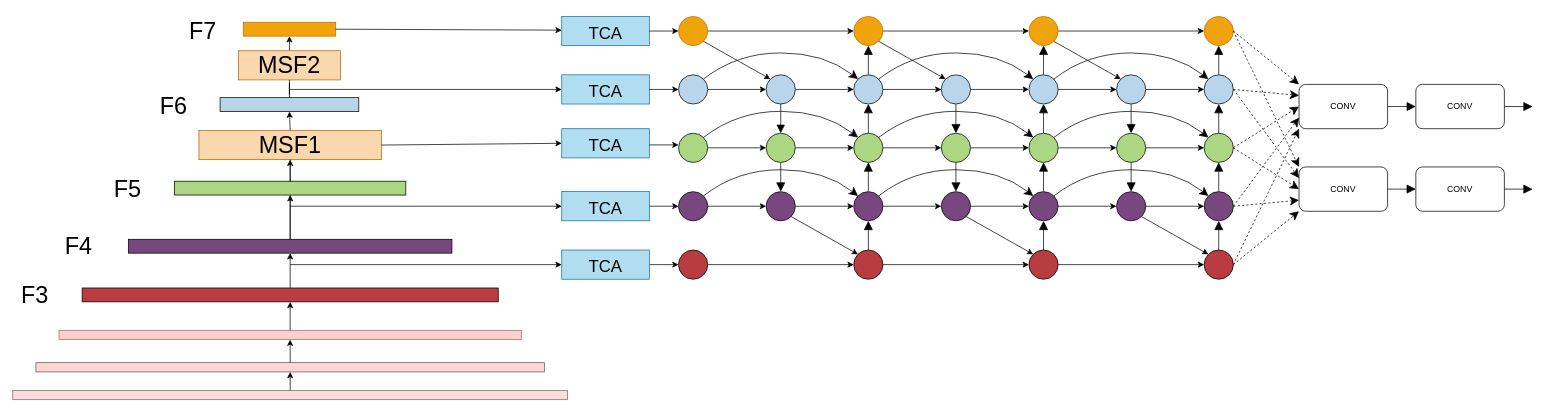
Before: cracks.drawio in Dshdarkness/Timporal_is_all_U_need, a draw.io diagram. Source tidied: cells renumbered, new cells numbered last; positions are measured from the earlier drawing's top-left corner, leaving out a move shared by most shapes. Both pictures are drawn from the tidied source at 73%, with x=0, y=0 at pixel (12, 12).
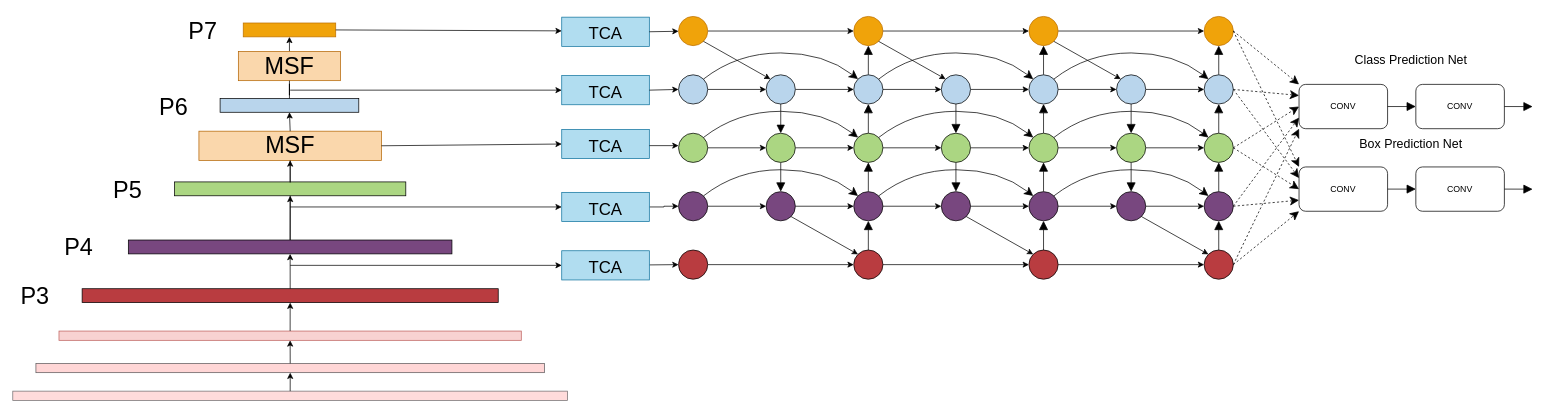
The same page after the edit.

The change refers to these unchanged cells:
```xml
<mxCell id="3" style="ellipse;whiteSpace=wrap;html=1;fillColor=#f0a30a;fontColor=#000000;strokeColor=#BD7000;" parent="1" vertex="1">
  <mxGeometry x="912" y="5" width="40" height="40" as="geometry" />
</mxCell>
```

Diff of the diagram source:
```diff
@@
     <mxCell id="73" style="rounded=0;whiteSpace=wrap;html=1;fillColor=#ffcccc;strokeColor=#36393d;opacity=70;" parent="1" vertex="1">
-      <mxGeometry y="517.3" width="760" height="12.7" as="geometry" />
+      <mxGeometry y="518.3" width="760" height="12.7" as="geometry" />
     </mxCell>
     <mxCell id="74" style="rounded=0;whiteSpace=wrap;html=1;fillColor=#ffcccc;strokeColor=#36393d;opacity=80;" parent="1" vertex="1">
-      <mxGeometry x="31.7" y="479.3" width="696.7" height="12.7" as="geometry" />
+      <mxGeometry x="31.7" y="480.3" width="696.7" height="12.7" as="geometry" />
     </mxCell>
@@
     <mxCell id="76" style="rounded=0;whiteSpace=wrap;html=1;fillColor=#f8cecc;strokeColor=#b85450;opacity=90;" parent="1" vertex="1">
-      <mxGeometry x="63.3" y="435" width="633.3" height="12.7" as="geometry" />
+      <mxGeometry x="63.3" y="436" width="633.3" height="12.7" as="geometry" />
     </mxCell>
@@
     <mxCell id="78" style="rounded=0;whiteSpace=wrap;html=1;fillColor=#B93C40;" parent="1" vertex="1">
-      <mxGeometry x="95" y="377" width="570" height="19" as="geometry" />
+      <mxGeometry x="95" y="378" width="570" height="19" as="geometry" />
     </mxCell>
@@
     <mxCell id="81" style="rounded=0;whiteSpace=wrap;html=1;fillColor=#78477F;" parent="1" vertex="1">
-      <mxGeometry x="158.3" y="310.3" width="443.3" height="19" as="geometry" />
+      <mxGeometry x="158.3" y="311.3" width="443.3" height="19" as="geometry" />
     </mxCell>
@@
     <mxCell id="83" style="rounded=0;whiteSpace=wrap;html=1;fillColor=#ABD682;" parent="1" vertex="1">
-      <mxGeometry x="221.7" y="230.7" width="316.7" height="19" as="geometry" />
+      <mxGeometry x="221.7" y="231.7" width="316.7" height="19" as="geometry" />
     </mxCell>
@@
     <mxCell id="86" style="rounded=0;whiteSpace=wrap;html=1;fillColor=#B9D5EC;" parent="1" vertex="1">
-      <mxGeometry x="284" y="116.3" width="190" height="19" as="geometry" />
+      <mxGeometry x="284" y="117.3" width="190" height="19" as="geometry" />
     </mxCell>
     <mxCell id="87" style="rounded=0;whiteSpace=wrap;html=1;fillColor=#f0a30a;fontColor=#000000;strokeColor=#BD7000;" parent="1" vertex="1">
-      <mxGeometry x="315.7" y="13" width="126.7" height="19" as="geometry" />
+      <mxGeometry x="315.7" y="14" width="126.7" height="19" as="geometry" />
     </mxCell>
@@
     <mxCell id="122" value="&lt;font color=&quot;#000000&quot; style=&quot;font-size: 23px;&quot;&gt;TCA&lt;/font&gt;" style="rounded=0;whiteSpace=wrap;html=1;fontSize=32;fillColor=#b1ddf0;strokeColor=#10739e;" parent="1" vertex="1">
-      <mxGeometry x="752" y="5" width="120" height="40" as="geometry" />
+      <mxGeometry x="752" y="6" width="120" height="40" as="geometry" />
     </mxCell>
     <mxCell id="123" style="endArrow=classic;html=1;rounded=0;fontSize=23;exitX=1;exitY=0.5;exitDx=0;exitDy=0;" parent="1" edge="1" source="122" target="3">
       <mxGeometry relative="1" as="geometry">
         <Array as="points">
-          <mxPoint x="872" y="25" />
+          <mxPoint x="872" y="26" />
         </Array>
       </mxGeometry>
     </mxCell>
     <mxCell id="124" value="&lt;font color=&quot;#000000&quot; style=&quot;font-size: 23px;&quot;&gt;TCA&lt;/font&gt;" style="rounded=0;whiteSpace=wrap;html=1;fontSize=32;fillColor=#b1ddf0;strokeColor=#10739e;" parent="1" vertex="1">
-      <mxGeometry x="752" y="85" width="120" height="40" as="geometry" />
+      <mxGeometry x="752" y="86" width="120" height="40" as="geometry" />
     </mxCell>
@@
     <mxCell id="126" value="&lt;font color=&quot;#000000&quot; style=&quot;font-size: 23px;&quot;&gt;TCA&lt;/font&gt;" style="rounded=0;whiteSpace=wrap;html=1;fontSize=32;fillColor=#b1ddf0;strokeColor=#10739e;" parent="1" vertex="1">
-      <mxGeometry x="752" y="158.8" width="120" height="40" as="geometry" />
+      <mxGeometry x="752" y="159.8" width="120" height="40" as="geometry" />
     </mxCell>
     <mxCell id="127" style="endArrow=classic;html=1;rounded=0;fontSize=23;fontColor=#000000;" parent="1" edge="1">
       <mxGeometry relative="1" as="geometry">
-        <mxPoint x="872" y="181" as="sourcePoint" />
-        <mxPoint x="912" y="181" as="targetPoint" />
+        <mxPoint x="872" y="182" as="sourcePoint" />
+        <mxPoint x="912" y="182" as="targetPoint" />
       </mxGeometry>
     </mxCell>
@@
     <mxCell id="129" value="&lt;font color=&quot;#000000&quot; style=&quot;font-size: 23px;&quot;&gt;TCA&lt;/font&gt;" style="rounded=0;whiteSpace=wrap;html=1;fontSize=32;fillColor=#b1ddf0;strokeColor=#10739e;" parent="1" vertex="1">
-      <mxGeometry x="752" y="245" width="120" height="40" as="geometry" />
+      <mxGeometry x="752" y="246" width="120" height="40" as="geometry" />
     </mxCell>
     <mxCell id="130" value="&lt;font color=&quot;#000000&quot; style=&quot;font-size: 23px;&quot;&gt;TCA&lt;/font&gt;" style="rounded=0;whiteSpace=wrap;html=1;fontSize=32;fillColor=#b1ddf0;strokeColor=#10739e;" parent="1" vertex="1">
-      <mxGeometry x="752" y="325" width="120" height="40" as="geometry" />
+      <mxGeometry x="752" y="326" width="120" height="40" as="geometry" />
     </mxCell>
@@
-    <mxCell id="132" value="F3" style="text;html=1;align=center;verticalAlign=middle;fillColor=none;strokeColor=none;rounded=0;fontSize=32;fontColor=#000000;" parent="1" vertex="1">
-      <mxGeometry y="361.5" width="60" height="50" as="geometry" />
+    <mxCell id="132" value="P3" style="text;html=1;align=center;verticalAlign=middle;fillColor=none;strokeColor=none;rounded=0;fontSize=32;fontColor=#000000;" parent="1" vertex="1">
+      <mxGeometry y="362.5" width="60" height="50" as="geometry" />
     </mxCell>
-    <mxCell id="133" value="F4" style="text;html=1;align=center;verticalAlign=middle;fillColor=none;strokeColor=none;rounded=0;fontSize=32;fontColor=#000000;" parent="1" vertex="1">
-      <mxGeometry x="60" y="294.8" width="60" height="50" as="geometry" />
+    <mxCell id="133" value="P4" style="text;html=1;align=center;verticalAlign=middle;fillColor=none;strokeColor=none;rounded=0;fontSize=32;fontColor=#000000;" parent="1" vertex="1">
+      <mxGeometry x="60" y="295.8" width="60" height="50" as="geometry" />
     </mxCell>
-    <mxCell id="134" value="F5" style="text;html=1;align=center;verticalAlign=middle;fillColor=none;strokeColor=none;rounded=0;fontSize=32;fontColor=#000000;" parent="1" vertex="1">
-      <mxGeometry x="127" y="216.6" width="60" height="50" as="geometry" />
+    <mxCell id="134" value="P5" style="text;html=1;align=center;verticalAlign=middle;fillColor=none;strokeColor=none;rounded=0;fontSize=32;fontColor=#000000;" parent="1" vertex="1">
+      <mxGeometry x="127" y="217.6" width="60" height="50" as="geometry" />
     </mxCell>
-    <mxCell id="135" value="F6" style="text;html=1;align=center;verticalAlign=middle;fillColor=none;strokeColor=none;rounded=0;fontSize=32;fontColor=#000000;" parent="1" vertex="1">
-      <mxGeometry x="190" y="103.4" width="60" height="50" as="geometry" />
+    <mxCell id="135" value="P6" style="text;html=1;align=center;verticalAlign=middle;fillColor=none;strokeColor=none;rounded=0;fontSize=32;fontColor=#000000;" parent="1" vertex="1">
+      <mxGeometry x="190" y="104.4" width="60" height="50" as="geometry" />
     </mxCell>
-    <mxCell id="136" value="F7" style="text;html=1;align=center;verticalAlign=middle;fillColor=none;strokeColor=none;rounded=0;fontSize=32;fontColor=#000000;" parent="1" vertex="1">
-      <mxGeometry x="230" width="60" height="50" as="geometry" />
+    <mxCell id="136" value="P7" style="text;html=1;align=center;verticalAlign=middle;fillColor=none;strokeColor=none;rounded=0;fontSize=32;fontColor=#000000;" parent="1" vertex="1">
+      <mxGeometry x="230" y="1" width="60" height="50" as="geometry" />
     </mxCell>
-    <mxCell id="137" value="MSF1" style="rounded=0;whiteSpace=wrap;html=1;fontSize=32;fillColor=#fad7ac;strokeColor=#b46504;" parent="1" vertex="1">
-      <mxGeometry x="255" y="161.2" width="250" height="40" as="geometry" />
+    <mxCell id="137" value="MSF" style="rounded=0;whiteSpace=wrap;html=1;fontSize=32;fillColor=#fad7ac;strokeColor=#b46504;" parent="1" vertex="1">
+      <mxGeometry x="255" y="162.2" width="250" height="40" as="geometry" />
     </mxCell>
     <mxCell id="138" style="edgeStyle=orthogonalEdgeStyle;rounded=0;orthogonalLoop=1;jettySize=auto;html=1;exitX=0.5;exitY=0;exitDx=0;exitDy=0;entryX=0.5;entryY=1;entryDx=0;entryDy=0;endArrow=none;" parent="1" edge="1">
       <mxGeometry relative="1" as="geometry">
-        <mxPoint x="380" y="231.7" as="sourcePoint" />
-        <mxPoint x="380" y="201.2" as="targetPoint" />
+        <mxPoint x="380" y="232.7" as="sourcePoint" />
+        <mxPoint x="380" y="202.2" as="targetPoint" />
       </mxGeometry>
     </mxCell>
@@
-    <mxCell id="140" value="MSF2" style="rounded=0;whiteSpace=wrap;html=1;fontSize=32;fillColor=#fad7ac;strokeColor=#b46504;" parent="1" vertex="1">
-      <mxGeometry x="309" y="52" width="140" height="40" as="geometry" />
+    <mxCell id="140" value="MSF" style="rounded=0;whiteSpace=wrap;html=1;fontSize=32;fillColor=#fad7ac;strokeColor=#b46504;" parent="1" vertex="1">
+      <mxGeometry x="309" y="53" width="140" height="40" as="geometry" />
     </mxCell>
@@
     <mxCell id="142" style="endArrow=classic;html=1;rounded=0;fontSize=32;fontColor=#000000;exitX=1;exitY=0.5;exitDx=0;exitDy=0;" parent="1" edge="1" source="87">
       <mxGeometry relative="1" as="geometry">
-        <mxPoint x="752" y="23.8" as="targetPoint" />
+        <mxPoint x="752" y="24.8" as="targetPoint" />
       </mxGeometry>
     </mxCell>
     <mxCell id="143" style="endArrow=classic;html=1;rounded=0;fontSize=32;fontColor=#000000;entryX=0;entryY=0.5;entryDx=0;entryDy=0;" parent="1" edge="1" target="124">
       <mxGeometry relative="1" as="geometry">
-        <mxPoint x="380" y="105" as="sourcePoint" />
+        <mxPoint x="380" y="106" as="sourcePoint" />
       </mxGeometry>
     </mxCell>
     <mxCell id="144" style="endArrow=classic;html=1;rounded=0;fontSize=32;fontColor=#000000;entryX=0;entryY=0.5;entryDx=0;entryDy=0;" parent="1" edge="1" target="130">
       <mxGeometry relative="1" as="geometry">
-        <mxPoint x="380" y="345" as="sourcePoint" />
+        <mxPoint x="380" y="346" as="sourcePoint" />
       </mxGeometry>
     </mxCell>
     <mxCell id="145" style="endArrow=classic;html=1;rounded=0;fontSize=32;fontColor=#000000;entryX=0;entryY=0.5;entryDx=0;entryDy=0;" parent="1" edge="1" target="129">
       <mxGeometry relative="1" as="geometry">
-        <mxPoint x="380" y="265" as="sourcePoint" />
+        <mxPoint x="380" y="266" as="sourcePoint" />
       </mxGeometry>
     </mxCell>
@@
+    <mxCell id="147" value="&lt;font style=&quot;font-size: 17px;&quot;&gt;Class Prediction Net&lt;/font&gt;" style="text;html=1;align=center;verticalAlign=middle;strokeColor=none;fillColor=none;" parent="1" vertex="1">
+      <mxGeometry x="1825" y="50" width="180" height="30" as="geometry" />
+    </mxCell>
+    <mxCell id="148" value="&lt;font style=&quot;font-size: 17px;&quot;&gt;Box Prediction Net&lt;/font&gt;" style="text;html=1;align=center;verticalAlign=middle;strokeColor=none;fillColor=none;" parent="1" vertex="1">
+      <mxGeometry x="1835" y="166.2" width="160" height="30" as="geometry" />
+    </mxCell>
```
